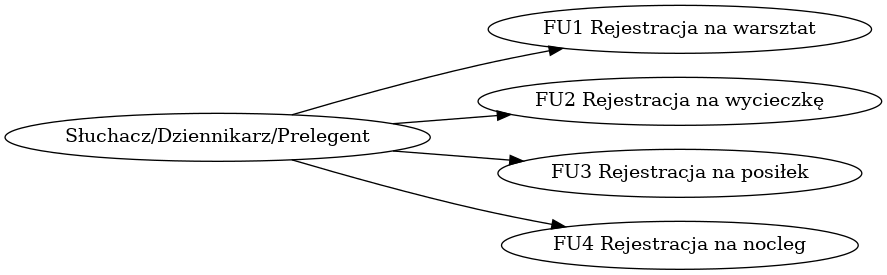
The Graphviz diagram ps.png in zyla/iop_konferencja, before a commit. Its source is kept beside it as ps.dot.
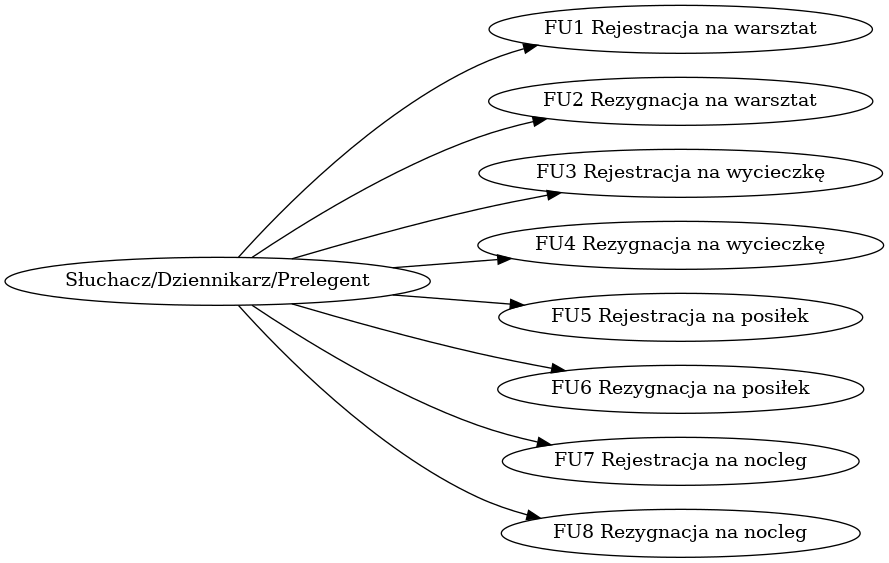
After the change.

Change to the diagram source:
```diff
@@ -1,5 +1,9 @@
 digraph { rankdir=LR; "Słuchacz/Dziennikarz/Prelegent" -> "FU1 Rejestracja na warsztat"
-"Słuchacz/Dziennikarz/Prelegent" -> "FU2 Rejestracja na wycieczkę"
-"Słuchacz/Dziennikarz/Prelegent" -> "FU3 Rejestracja na posiłek"
-"Słuchacz/Dziennikarz/Prelegent" -> "FU4 Rejestracja na nocleg"
+"Słuchacz/Dziennikarz/Prelegent" -> "FU2 Rezygnacja na warsztat"
+"Słuchacz/Dziennikarz/Prelegent" -> "FU3 Rejestracja na wycieczkę"
+"Słuchacz/Dziennikarz/Prelegent" -> "FU4 Rezygnacja na wycieczkę"
+"Słuchacz/Dziennikarz/Prelegent" -> "FU5 Rejestracja na posiłek"
+"Słuchacz/Dziennikarz/Prelegent" -> "FU6 Rezygnacja na posiłek"
+"Słuchacz/Dziennikarz/Prelegent" -> "FU7 Rejestracja na nocleg"
+"Słuchacz/Dziennikarz/Prelegent" -> "FU8 Rezygnacja na nocleg"
  }
```
